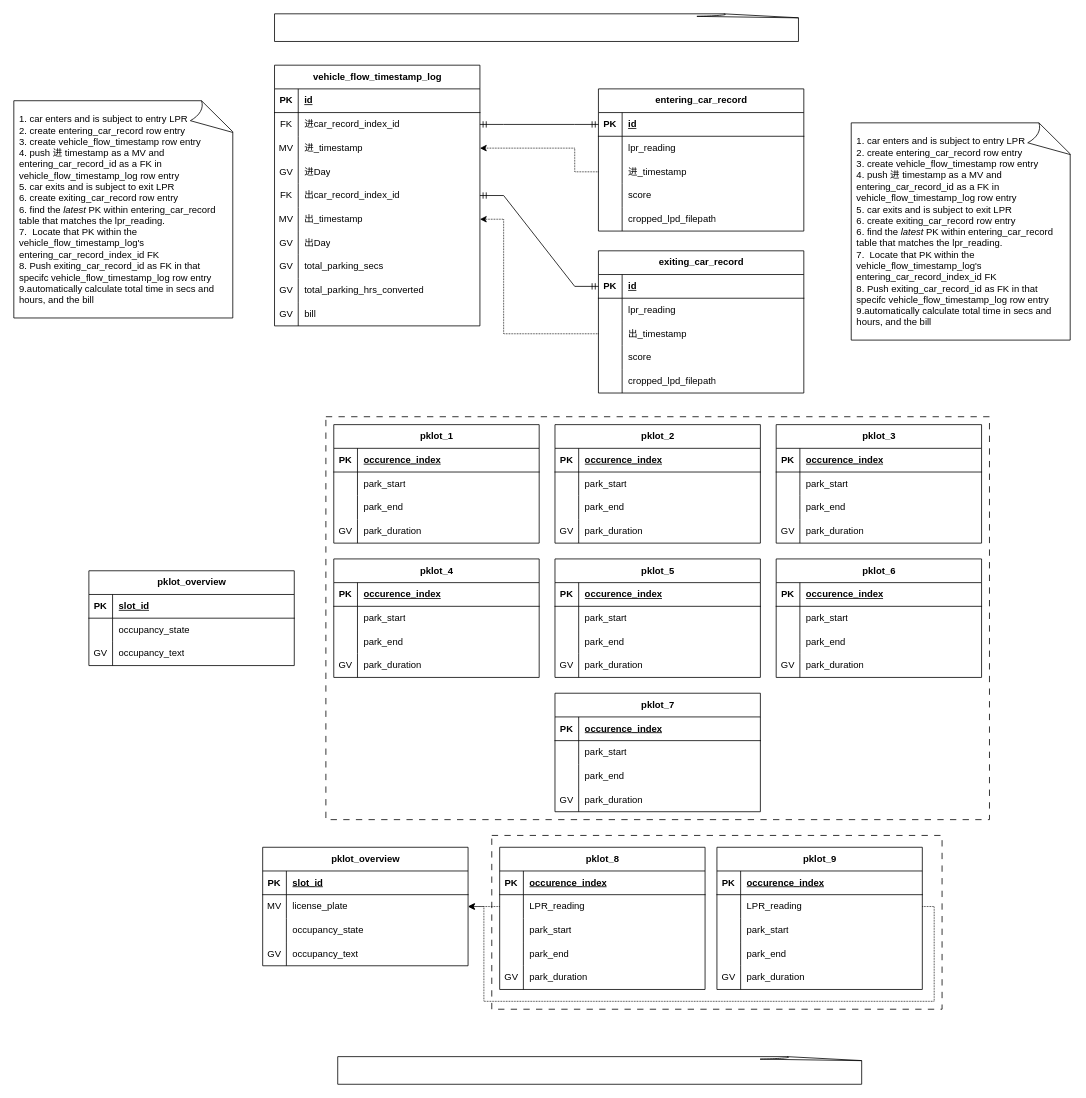
This is UECP_sql_schema_draft.drawio from j-coching/Parking-Management-BIM-Expt, a draw.io file, before an edit. Source tidied: cells renumbered, new cells numbered last; positions are measured from the earlier drawing's top-left corner, leaving out a move shared by most shapes. Both pictures are drawn from the tidied source at 79%, with x=0, y=0 at pixel (13, 13).
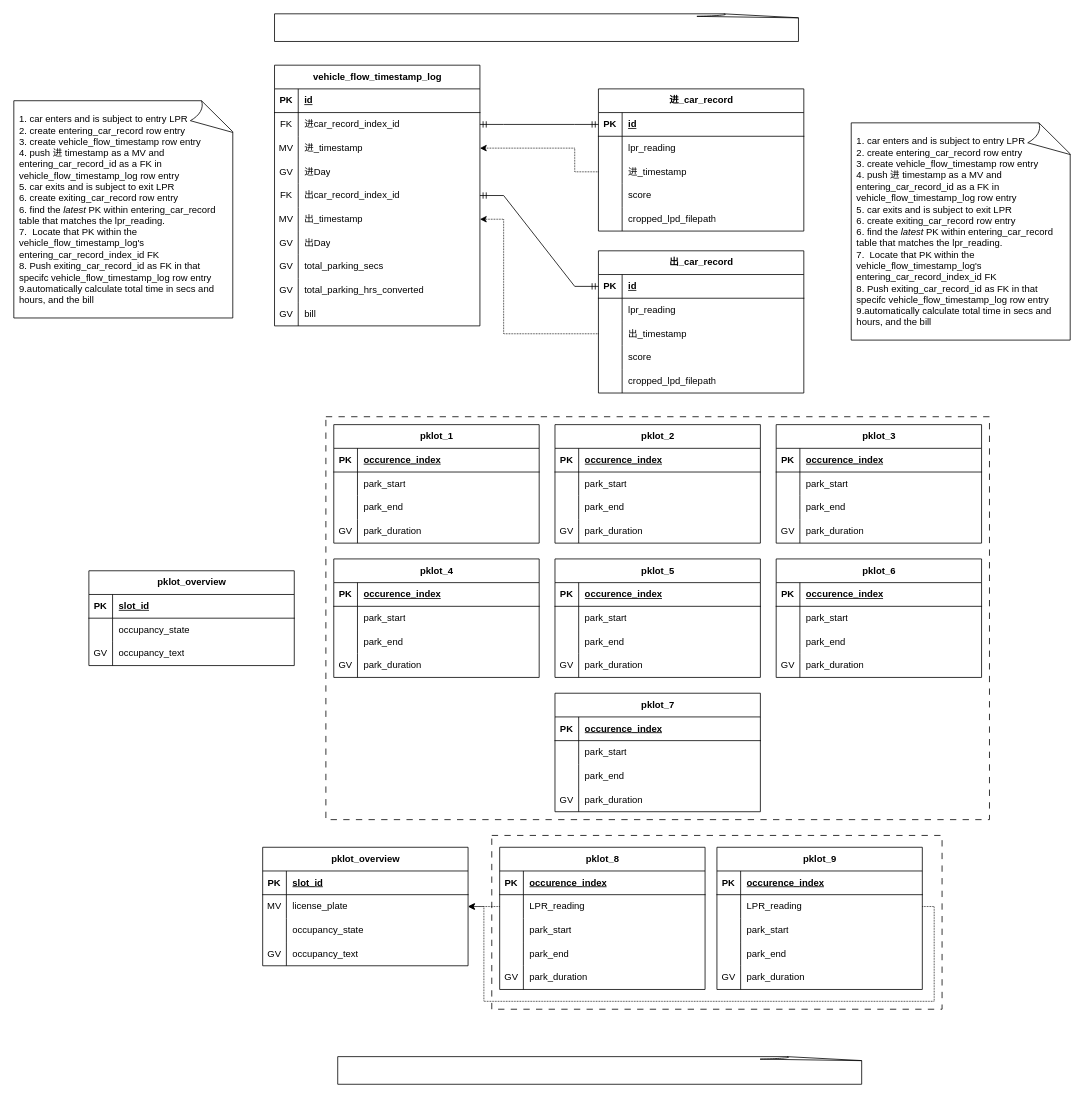
Above is the later version.

Change to the diagram source:
```diff
@@
-    <mxCell id="2" value="entering_car_record" style="shape=table;startSize=30;childLayout=tableLayout;rowLines=0;fontStyle=1;align=center;html=1;" parent="1" vertex="1">
+    <mxCell id="2" value="进_car_record" style="shape=table;startSize=30;childLayout=tableLayout;rowLines=0;fontStyle=1;align=center;html=1;" parent="1" vertex="1">
       <mxGeometry x="740" y="95" width="260" height="180" as="geometry" />
     </mxCell>
@@
-    <mxCell id="18" value="exiting_car_record" style="shape=table;startSize=30;childLayout=tableLayout;rowLines=0;fontStyle=1;align=center;html=1;" parent="1" vertex="1">
+    <mxCell id="18" value="出_car_record" style="shape=table;startSize=30;childLayout=tableLayout;rowLines=0;fontStyle=1;align=center;html=1;" parent="1" vertex="1">
       <mxGeometry x="740" y="300" width="260" height="180" as="geometry" />
     </mxCell>
```
